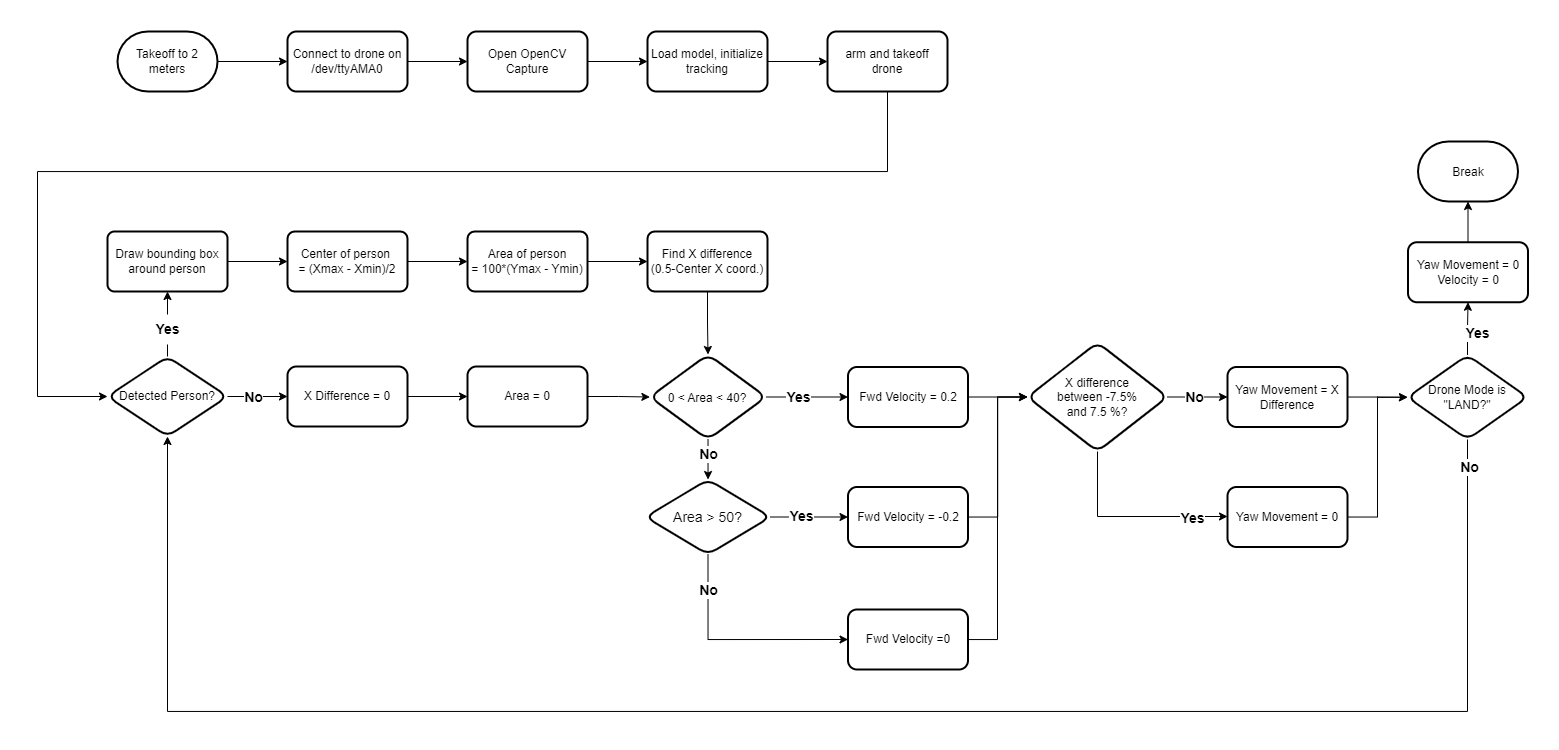
Earlier version of the draw.io export Videos and Pictures/readme gifs/person tracking flowchart.png (tommyzhng/person-tracking-drone). Source tidied: cells renumbered, new cells last; positions are measured from the earlier drawing's top-left corner, leaving out a move shared by most shapes.
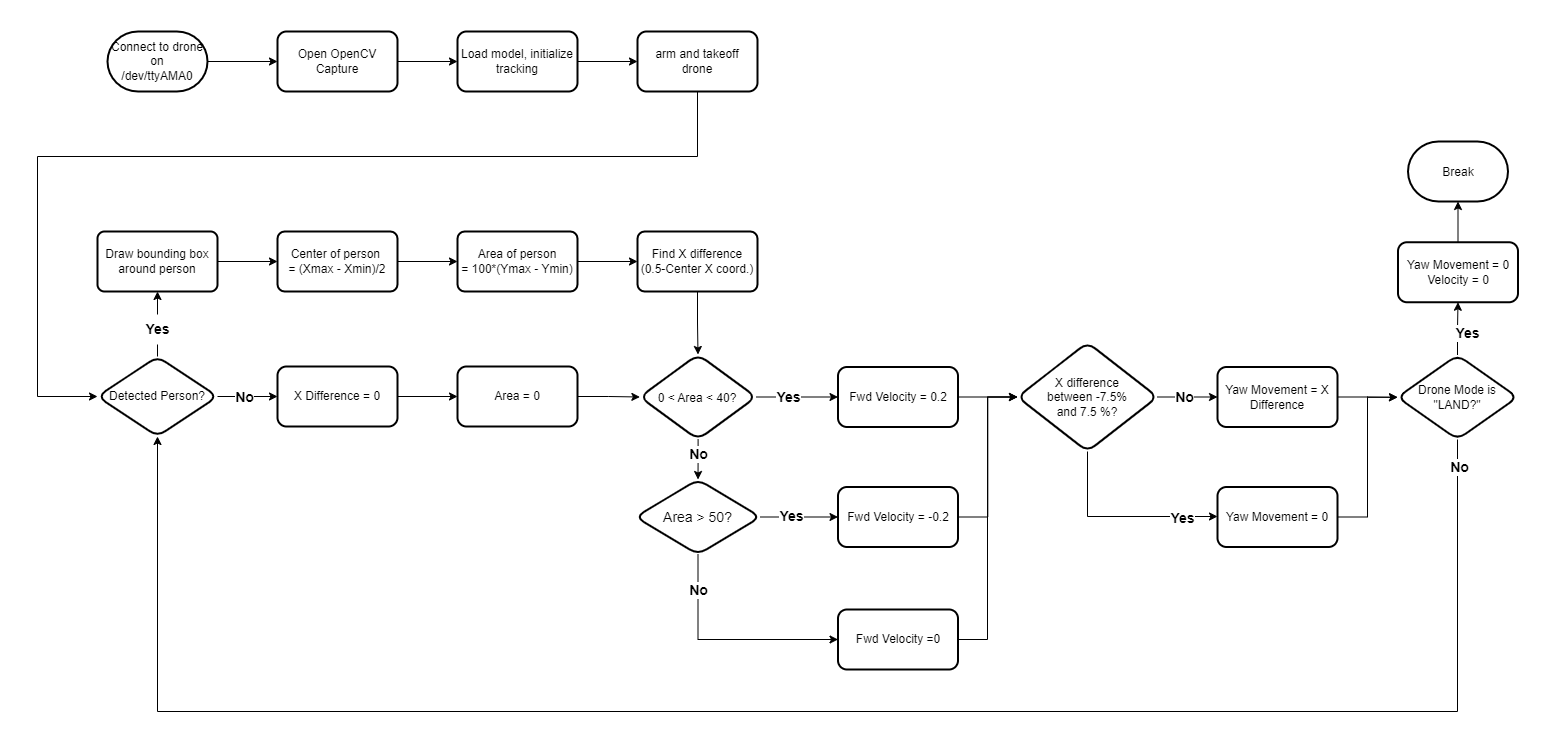
The same diagram one commit later.

What changed in the source:
```diff
@@ -2,10 +2,10 @@
   <root>
     <mxCell id="0" />
     <mxCell id="1" parent="0" />
-    <mxCell id="2" style="edgeStyle=orthogonalEdgeStyle;rounded=0;jettySize=auto;html=1;fontSize=12;" parent="1" edge="1" source="3" target="9">
-      <mxGeometry relative="1" as="geometry" />
-    </mxCell>
+    <mxCell id="63" style="edgeStyle=orthogonalEdgeStyle;rounded=0;jettySize=auto;html=1;" parent="1" edge="1" source="3" target="11">
+      <mxGeometry relative="1" as="geometry" />
+    </mxCell>
-    <mxCell id="3" value="Takeoff to 2 meters" style="strokeWidth=2;html=1;shape=mxgraph.flowchart.terminator;whiteSpace=wrap;" parent="1" vertex="1">
+    <mxCell id="3" value="Connect to drone on&lt;br style=&quot;border-color: var(--border-color);&quot;&gt;/dev/ttyAMA0" style="strokeWidth=2;html=1;shape=mxgraph.flowchart.terminator;whiteSpace=wrap;" parent="1" vertex="1">
       <mxGeometry x="80" width="100" height="60" as="geometry" />
     </mxCell>
     <mxCell id="4" style="edgeStyle=orthogonalEdgeStyle;rounded=0;jettySize=auto;html=1;fontSize=14;" parent="1" edge="1" source="5" target="7">
@@ -20,35 +20,29 @@
     <mxCell id="7" value="Center of person&amp;nbsp;&lt;br&gt;= (Xmax - Xmin)/2" style="whiteSpace=wrap;html=1;strokeWidth=2;rounded=1;arcSize=12;" parent="1" vertex="1">
       <mxGeometry x="250" y="200" width="120" height="60" as="geometry" />
     </mxCell>
-    <mxCell id="8" style="edgeStyle=orthogonalEdgeStyle;rounded=0;jettySize=auto;html=1;fontSize=12;" parent="1" edge="1" source="9" target="11">
-      <mxGeometry relative="1" as="geometry" />
-    </mxCell>
-    <mxCell id="9" value="Connect to drone on&lt;br&gt;/dev/ttyAMA0" style="rounded=1;whiteSpace=wrap;html=1;strokeWidth=2;" parent="1" vertex="1">
-      <mxGeometry x="250" width="120" height="60" as="geometry" />
-    </mxCell>
     <mxCell id="10" style="edgeStyle=orthogonalEdgeStyle;rounded=0;jettySize=auto;html=1;fontSize=12;" parent="1" edge="1" source="11" target="13">
       <mxGeometry relative="1" as="geometry" />
     </mxCell>
     <mxCell id="11" value="Open OpenCV Capture" style="rounded=1;whiteSpace=wrap;html=1;strokeWidth=2;" parent="1" vertex="1">
-      <mxGeometry x="430" width="120" height="60" as="geometry" />
+      <mxGeometry x="250" width="120" height="60" as="geometry" />
     </mxCell>
     <mxCell id="12" style="edgeStyle=orthogonalEdgeStyle;rounded=0;jettySize=auto;html=1;fontSize=12;" parent="1" edge="1" source="13" target="15">
       <mxGeometry relative="1" as="geometry" />
     </mxCell>
     <mxCell id="13" value="Load model, initialize tracking" style="whiteSpace=wrap;html=1;rounded=1;strokeWidth=2;" parent="1" vertex="1">
-      <mxGeometry x="610" width="120" height="60" as="geometry" />
+      <mxGeometry x="430" width="120" height="60" as="geometry" />
     </mxCell>
-    <mxCell id="14" style="edgeStyle=orthogonalEdgeStyle;rounded=0;jettySize=auto;html=1;entryX=0;entryY=0.5;entryDx=0;entryDy=0;" parent="1" edge="1" source="15" target="19">
+    <mxCell id="14" style="edgeStyle=orthogonalEdgeStyle;rounded=0;jettySize=auto;html=1;exitX=0.5;exitY=1;exitDx=0;exitDy=0;entryX=0;entryY=0.5;entryDx=0;entryDy=0;" parent="1" edge="1" source="15" target="19">
       <mxGeometry relative="1" as="geometry">
         <Array as="points">
-          <mxPoint x="850" y="140" />
-          <mxPoint y="140" />
-          <mxPoint y="365" />
+          <mxPoint x="670" y="125" />
+          <mxPoint x="10" y="125" />
+          <mxPoint x="10" y="365" />
         </Array>
       </mxGeometry>
     </mxCell>
     <mxCell id="15" value="arm and takeoff&lt;br&gt;drone" style="whiteSpace=wrap;html=1;rounded=1;strokeWidth=2;" parent="1" vertex="1">
-      <mxGeometry x="790" width="120" height="60" as="geometry" />
+      <mxGeometry x="610" width="120" height="60" as="geometry" />
     </mxCell>
     <mxCell id="16" style="edgeStyle=orthogonalEdgeStyle;rounded=0;jettySize=auto;html=1;entryX=0.5;entryY=1;entryDx=0;entryDy=0;fontSize=14;exitX=0.5;exitY=0;exitDx=0;exitDy=0;startArrow=none;" parent="1" edge="1" source="38" target="5">
       <mxGeometry relative="1" as="geometry" />
```
